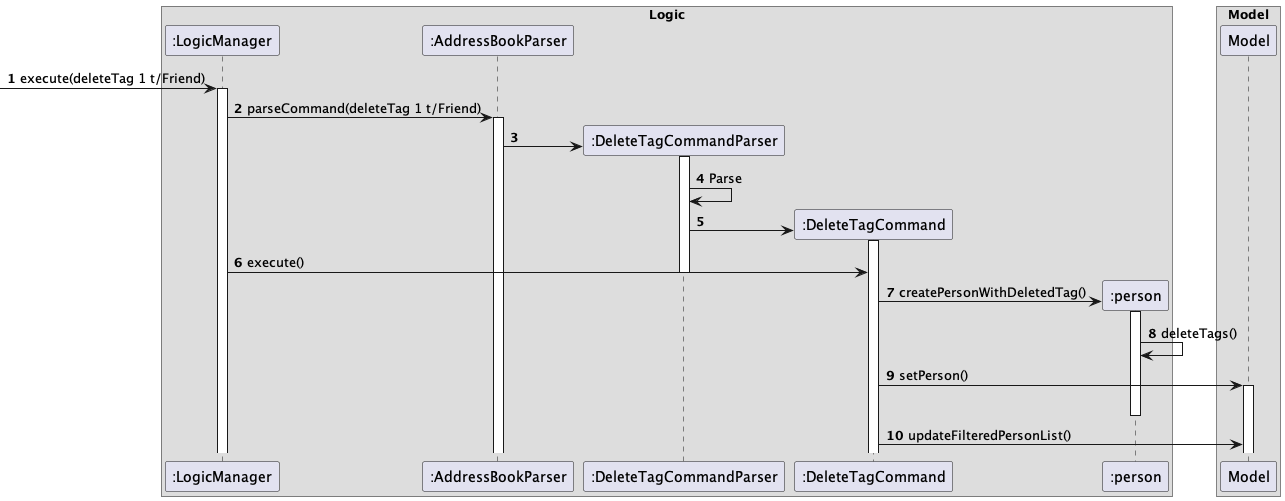
This is diagrams/DeleteTagSequenceDiagram.png from AY2324S1-CS2103-W14-1/tp, a PlantUML export, as it was before one commit.
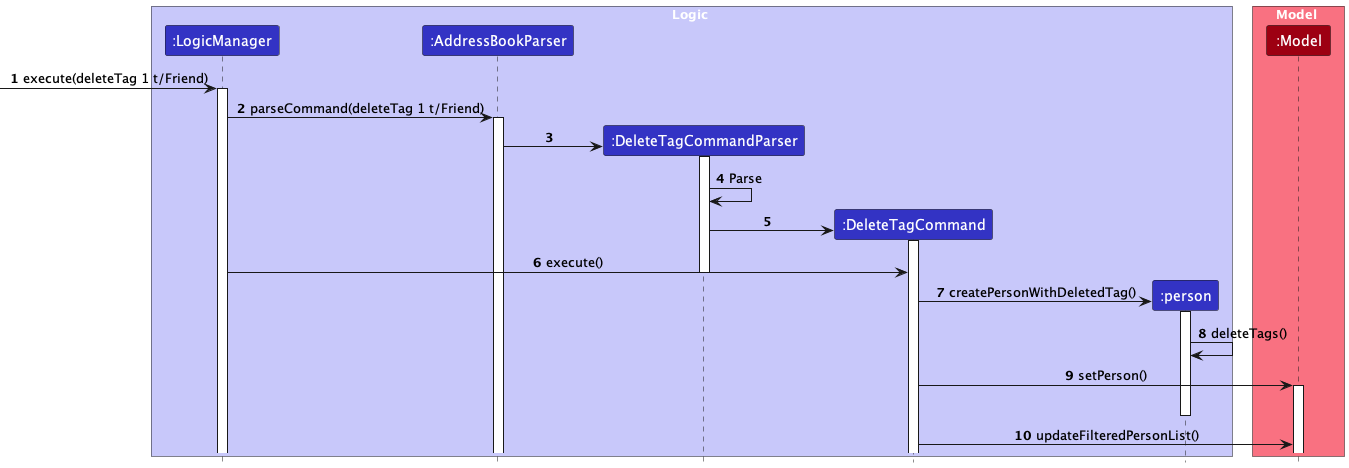
The same diagram one commit later.

Diff of the diagram source:
```diff
@@ -1,11 +1,17 @@
 @startuml
+!include style.puml
+skinparam ArrowFontStyle plain
 
-box Logic
-participant ":LogicManager" as LogicManager
-participant ":AddressBookParser" as AddressBookParser
-participant ":DeleteTagCommandParser" as DeleteTagCommandParser
-participant ":DeleteTagCommand" as DeleteTagCommand
-participant ":person" as Person
+box Logic LOGIC_COLOR_T1
+participant ":LogicManager" as LogicManager LOGIC_COLOR
+participant ":AddressBookParser" as AddressBookParser LOGIC_COLOR
+participant ":DeleteTagCommandParser" as DeleteTagCommandParser LOGIC_COLOR
+participant ":DeleteTagCommand" as DeleteTagCommand LOGIC_COLOR
+participant ":person" as Person LOGIC_COLOR
+end box
+
+box Model MODEL_COLOR_T1
+participant ":Model" as Model MODEL_COLOR
 end box
 
 autonumber
@@ -37,7 +43,4 @@
 deactivate Person
 DeleteTagCommand -> Model : updateFilteredPersonList()
 
-box Model
-participant ":Model" as Model
-end box
 @enduml
```
